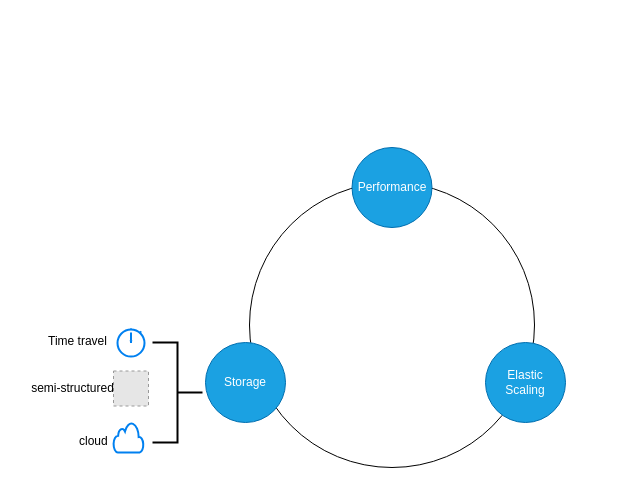
This is doc/databend-advantage.drawio from jackjoesh/databend, a draw.io file, before an edit. Source tidied: cells renumbered, new cells numbered last; positions are measured from the earlier drawing's top-left corner, leaving out a move shared by most shapes. Both pictures are drawn from the tidied source at 100%, with x=0, y=0 at pixel (17, 147). Pictures stored in the file or linked from it are replaced by grey dashed boxes.
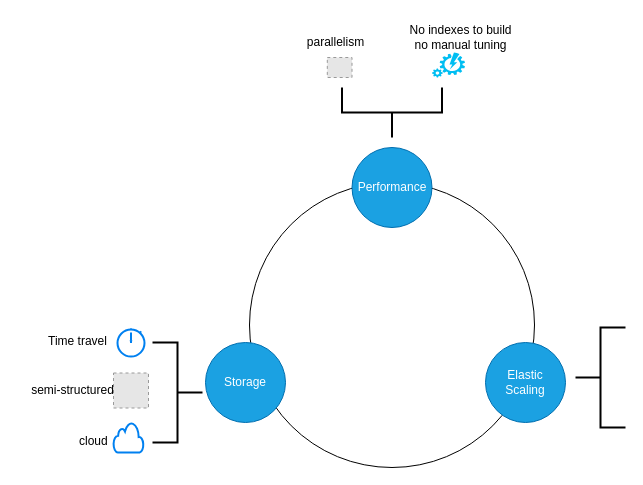
The same diagram, later.

The edit, as a diff of the source:
```diff
@@
 <mxGraphModel>
   <root>
     <mxCell id="0" />
     <mxCell id="1" parent="0" />
     <mxCell id="2" style="ellipse;whiteSpace=wrap;html=1;" parent="1" vertex="1">
       <mxGeometry x="232" y="35" width="285" height="285" as="geometry" />
     </mxCell>
     <mxCell id="3" value="Performance" style="ellipse;whiteSpace=wrap;html=1;fillColor=#1ba1e2;fontColor=#ffffff;strokeColor=#006EAF;" parent="1" vertex="1">
       <mxGeometry x="334.5" width="80" height="80" as="geometry" />
     </mxCell>
     <mxCell id="4" value="Storage" style="ellipse;whiteSpace=wrap;html=1;fillColor=#1ba1e2;fontColor=#ffffff;strokeColor=#006EAF;" parent="1" vertex="1">
       <mxGeometry x="188" y="195" width="80" height="80" as="geometry" />
     </mxCell>
     <mxCell id="5" value="Elastic Scaling" style="ellipse;whiteSpace=wrap;html=1;fillColor=#1ba1e2;fontColor=#ffffff;strokeColor=#006EAF;" parent="1" vertex="1">
       <mxGeometry x="468" y="195" width="80" height="80" as="geometry" />
     </mxCell>
     <mxCell id="6" style="strokeWidth=2;html=1;shape=mxgraph.flowchart.annotation_2;align=left;labelPosition=right;rotation=180;" parent="1" vertex="1">
       <mxGeometry x="135" y="195" width="50" height="100" as="geometry" />
     </mxCell>
     <mxCell id="7" style="html=1;verticalLabelPosition=bottom;align=center;labelBackgroundColor=#ffffff;verticalAlign=top;strokeWidth=2;strokeColor=#0080F0;shadow=0;dashed=0;shape=mxgraph.ios7.icons.stopwatch;" parent="1" vertex="1">
       <mxGeometry x="100" y="180.9" width="27" height="28.2" as="geometry" />
     </mxCell>
     <mxCell id="8" value="Time travel" style="text;html=1;align=center;verticalAlign=middle;strokeColor=none;fillColor=none;" parent="1" vertex="1">
       <mxGeometry x="20" y="179.1" width="80" height="30" as="geometry" />
     </mxCell>
     <mxCell id="9" style="fillColor=#E6E6E6;strokeColor=#999999;dashed=1;verticalLabelPosition=bottom;labelBackgroundColor=default;verticalAlign=top;" parent="1" vertex="1">
-      <mxGeometry x="96" y="223.5" width="35" height="35" as="geometry" />
+      <mxGeometry x="96" y="225.5" width="35" height="35" as="geometry" />
     </mxCell>
     <mxCell id="10" value="semi-structured" style="text;html=1;align=center;verticalAlign=middle;strokeColor=none;fillColor=none;" parent="1" vertex="1">
-      <mxGeometry y="226" width="110" height="30" as="geometry" />
+      <mxGeometry y="228" width="110" height="30" as="geometry" />
     </mxCell>
     <mxCell id="11" style="html=1;verticalLabelPosition=bottom;align=center;labelBackgroundColor=#ffffff;verticalAlign=top;strokeWidth=2;strokeColor=#0080F0;shadow=0;dashed=0;shape=mxgraph.ios7.icons.cloud;" parent="1" vertex="1">
       <mxGeometry x="96" y="275" width="30" height="30" as="geometry" />
     </mxCell>
     <mxCell id="12" value="cloud" style="text;whiteSpace=wrap;" parent="1" vertex="1">
       <mxGeometry x="60" y="280" width="40" height="30" as="geometry" />
     </mxCell>
+    <mxCell id="13" style="strokeWidth=2;html=1;shape=mxgraph.flowchart.annotation_2;align=left;labelPosition=right;rotation=180;flipV=0;direction=south;" parent="1" vertex="1">
+      <mxGeometry x="324.5" y="-60" width="100" height="50" as="geometry" />
+    </mxCell>
+    <mxCell id="14" style="strokeWidth=2;html=1;shape=mxgraph.flowchart.annotation_2;align=left;labelPosition=right;rotation=180;direction=west;" parent="1" vertex="1">
+      <mxGeometry x="558" y="180" width="50" height="100" as="geometry" />
+    </mxCell>
+    <mxCell id="15" style="fillColor=#E6E6E6;strokeColor=#999999;dashed=1;html=1;verticalAlign=top;labelPosition=center;verticalLabelPosition=bottom;align=center;spacingTop=-6;fontSize=11;fontStyle=1;fontColor=#999999;" parent="1" vertex="1">
+      <mxGeometry x="309.8" y="-90" width="24.7" height="20" as="geometry" />
+    </mxCell>
+    <mxCell id="16" value="parallelism" style="text;html=1;align=center;verticalAlign=middle;strokeColor=none;fillColor=none;" parent="1" vertex="1">
+      <mxGeometry x="278" y="-120" width="80" height="30" as="geometry" />
+    </mxCell>
+    <mxCell id="17" style="verticalLabelPosition=bottom;html=1;verticalAlign=top;align=center;strokeColor=none;fillColor=#00BEF2;shape=mxgraph.azure.automation;" parent="1" vertex="1">
+      <mxGeometry x="414.5" y="-95" width="33" height="25" as="geometry" />
+    </mxCell>
+    <mxCell id="18" value="No indexes to build&lt;br&gt;no manual tuning" style="text;html=1;align=center;verticalAlign=middle;strokeColor=none;fillColor=none;" parent="1" vertex="1">
+      <mxGeometry x="378" y="-130" width="130" height="40" as="geometry" />
+    </mxCell>
   </root>
 </mxGraphModel>
```
